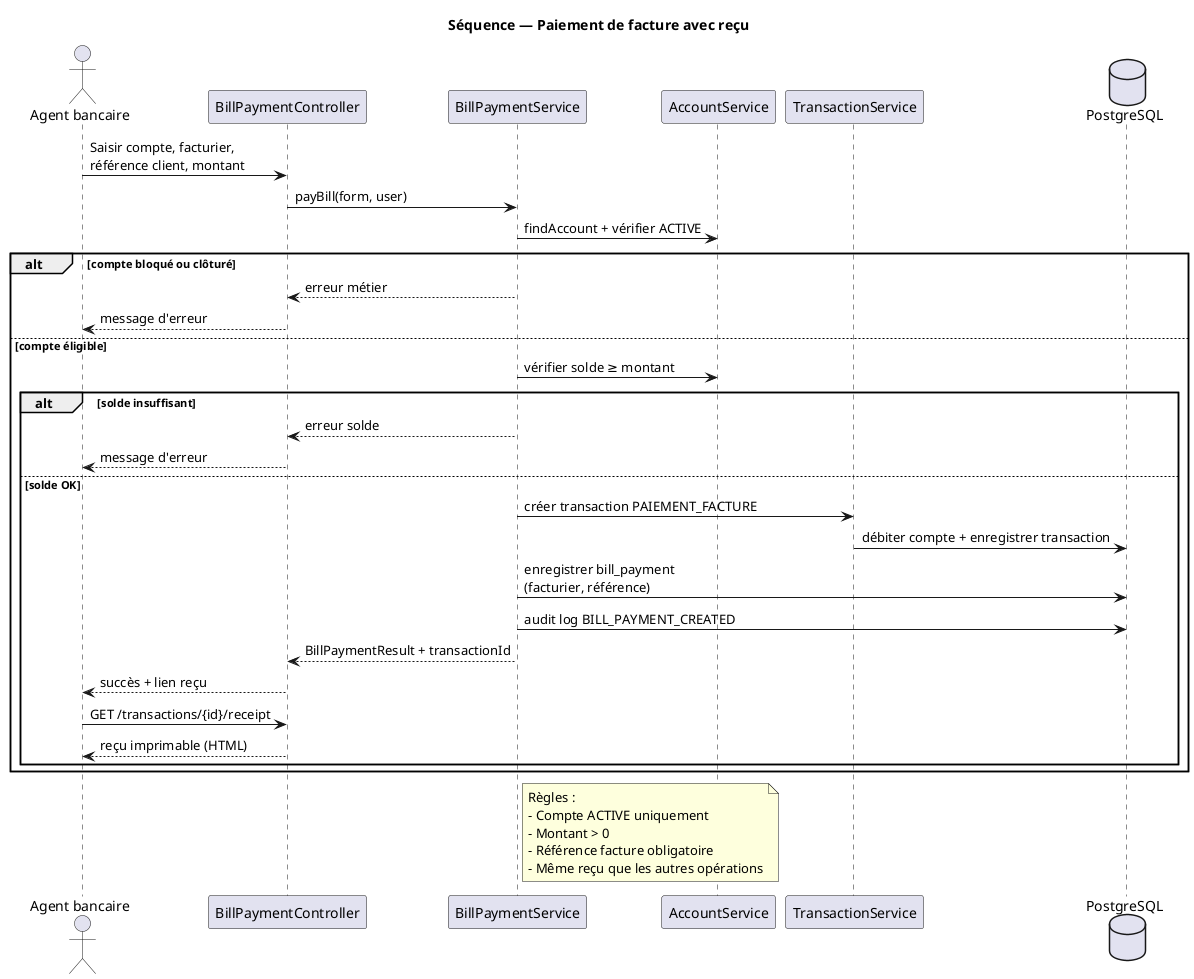
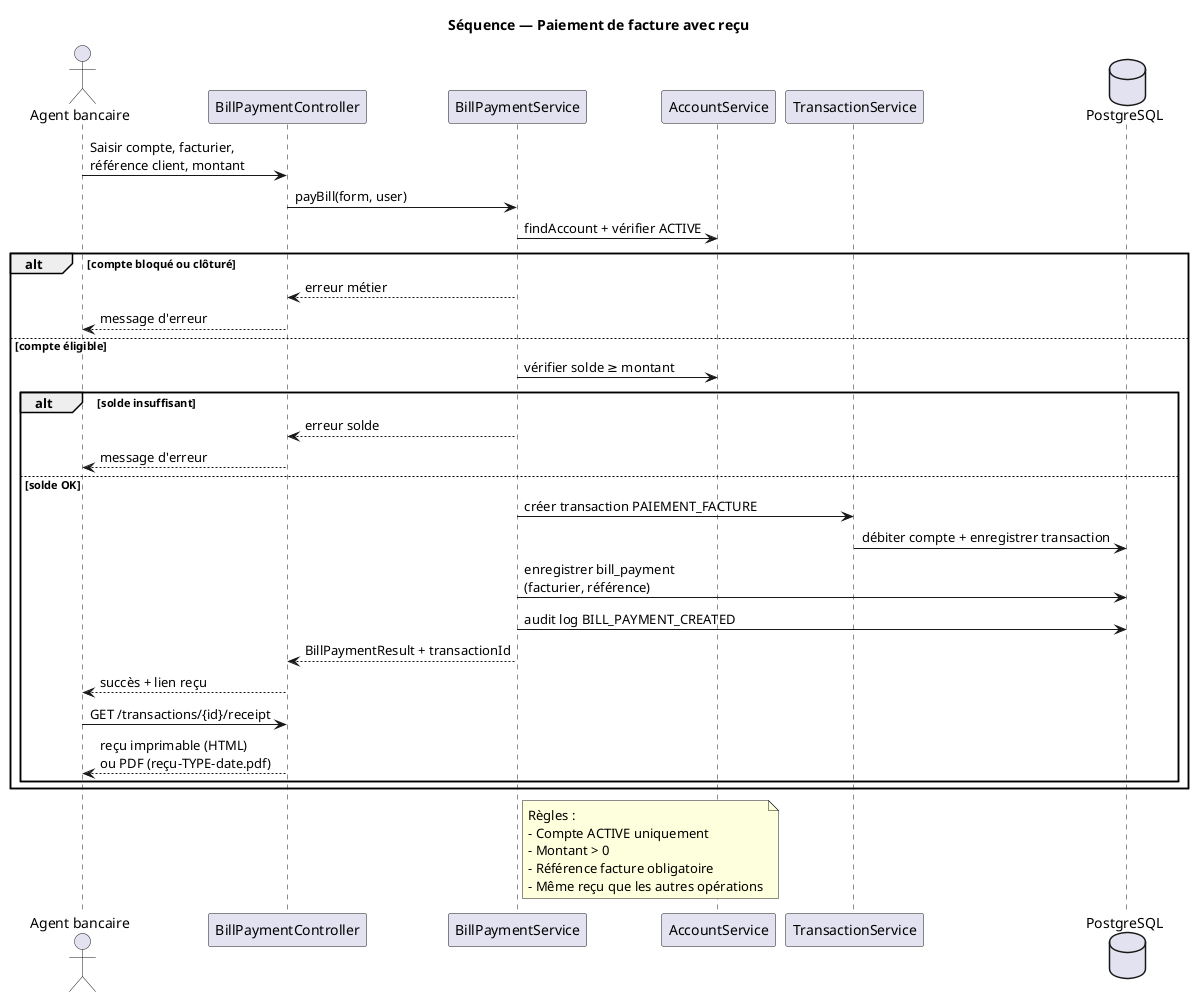
@startuml 06-paiement-facture
skinparam shadowing false
skinparam responseMessageBelowArrow true

title Séquence — Paiement de facture avec reçu

actor "Agent bancaire" as agent
participant "BillPaymentController" as ctrl
participant "BillPaymentService" as svc
participant "AccountService" as acc
participant "TransactionService" as tx
database "PostgreSQL" as db

agent -> ctrl : Saisir compte, facturier,\nréférence client, montant
ctrl -> svc : payBill(form, user)

svc -> acc : findAccount + vérifier ACTIVE
alt compte bloqué ou clôturé
  svc --> ctrl : erreur métier
  ctrl --> agent : message d'erreur
else compte éligible
  svc -> acc : vérifier solde ≥ montant
  alt solde insuffisant
    svc --> ctrl : erreur solde
    ctrl --> agent : message d'erreur
  else solde OK
    svc -> tx : créer transaction PAIEMENT_FACTURE
    tx -> db : débiter compte + enregistrer transaction
    svc -> db : enregistrer bill_payment\n(facturier, référence)
    svc -> db : audit log BILL_PAYMENT_CREATED
    svc --> ctrl : BillPaymentResult + transactionId
    ctrl --> agent : succès + lien reçu
    agent -> ctrl : GET /transactions/{id}/receipt
-     ctrl --> agent : reçu imprimable (HTML)
+     ctrl --> agent : reçu imprimable (HTML)\nou PDF (reçu-TYPE-date.pdf)
  end
end

note right of svc
  Règles :
  - Compte ACTIVE uniquement
  - Montant > 0
  - Référence facture obligatoire
  - Même reçu que les autres opérations
end note

@enduml
